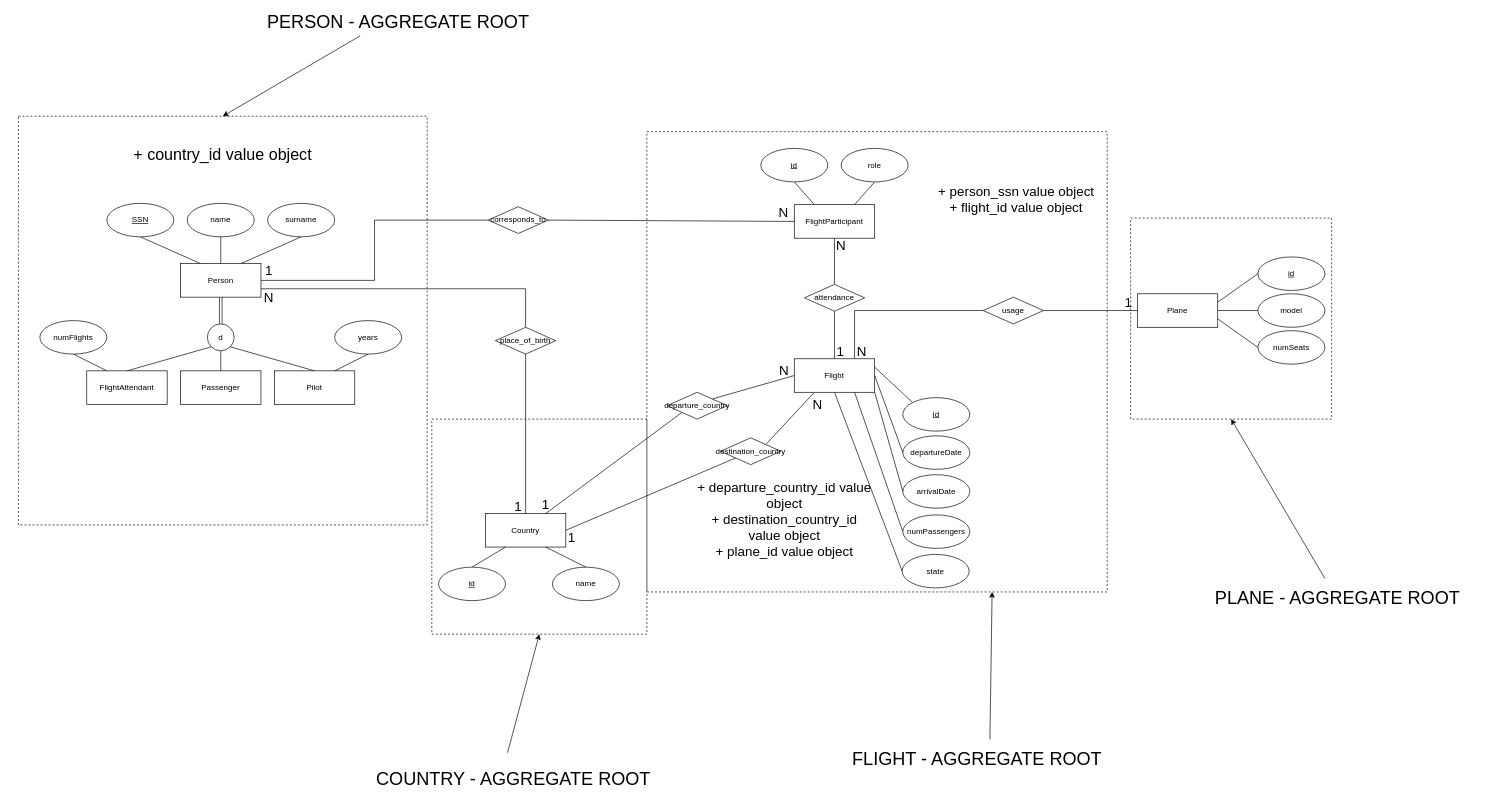
The draw.io diagram project-material/FlightManagement-DDD.drawio in itasevski/AvioManager, before the edit. Source tidied: cells renumbered, new cells numbered last; positions are measured from the earlier drawing's top-left corner, leaving out a move shared by most shapes. Both pictures are drawn from the tidied source at 67%, with x=0, y=0 at pixel (18, 15).
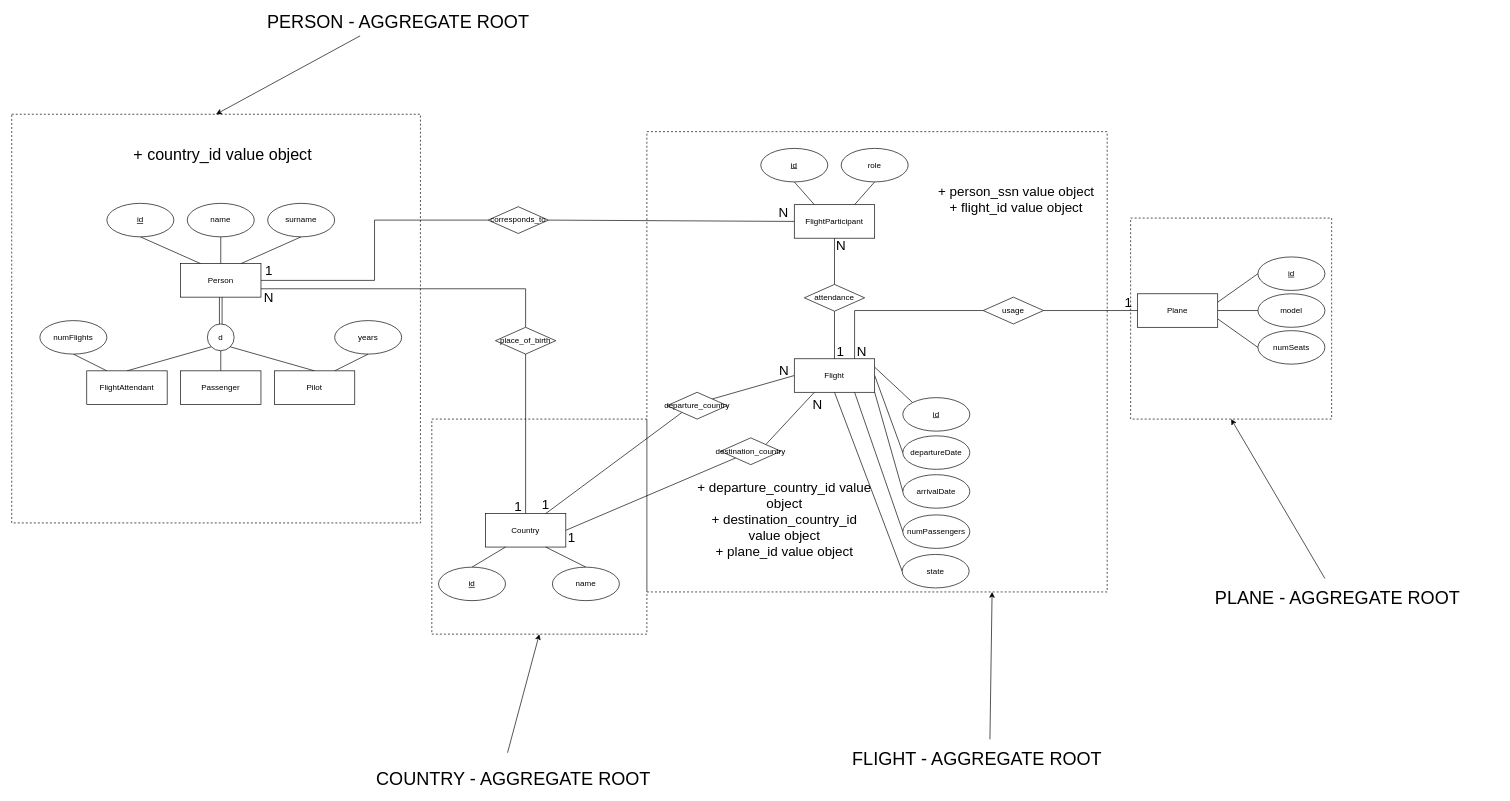
Above is the later version.

What changed in the source:
```diff
@@
-    <mxCell id="9" value="SSN" style="ellipse;whiteSpace=wrap;html=1;fontStyle=4;" parent="1" vertex="1">
+    <mxCell id="9" value="id" style="ellipse;whiteSpace=wrap;html=1;fontStyle=4;" parent="1" vertex="1">
       <mxGeometry x="132" y="280" width="100" height="50" as="geometry" />
     </mxCell>
@@
     <mxCell id="79" style="whiteSpace=wrap;html=1;dashed=1;fillColor=none;" parent="1" vertex="1">
-      <mxGeometry y="150" width="610" height="610" as="geometry" />
+      <mxGeometry x="-10" y="147" width="610" height="610" as="geometry" />
     </mxCell>
```
